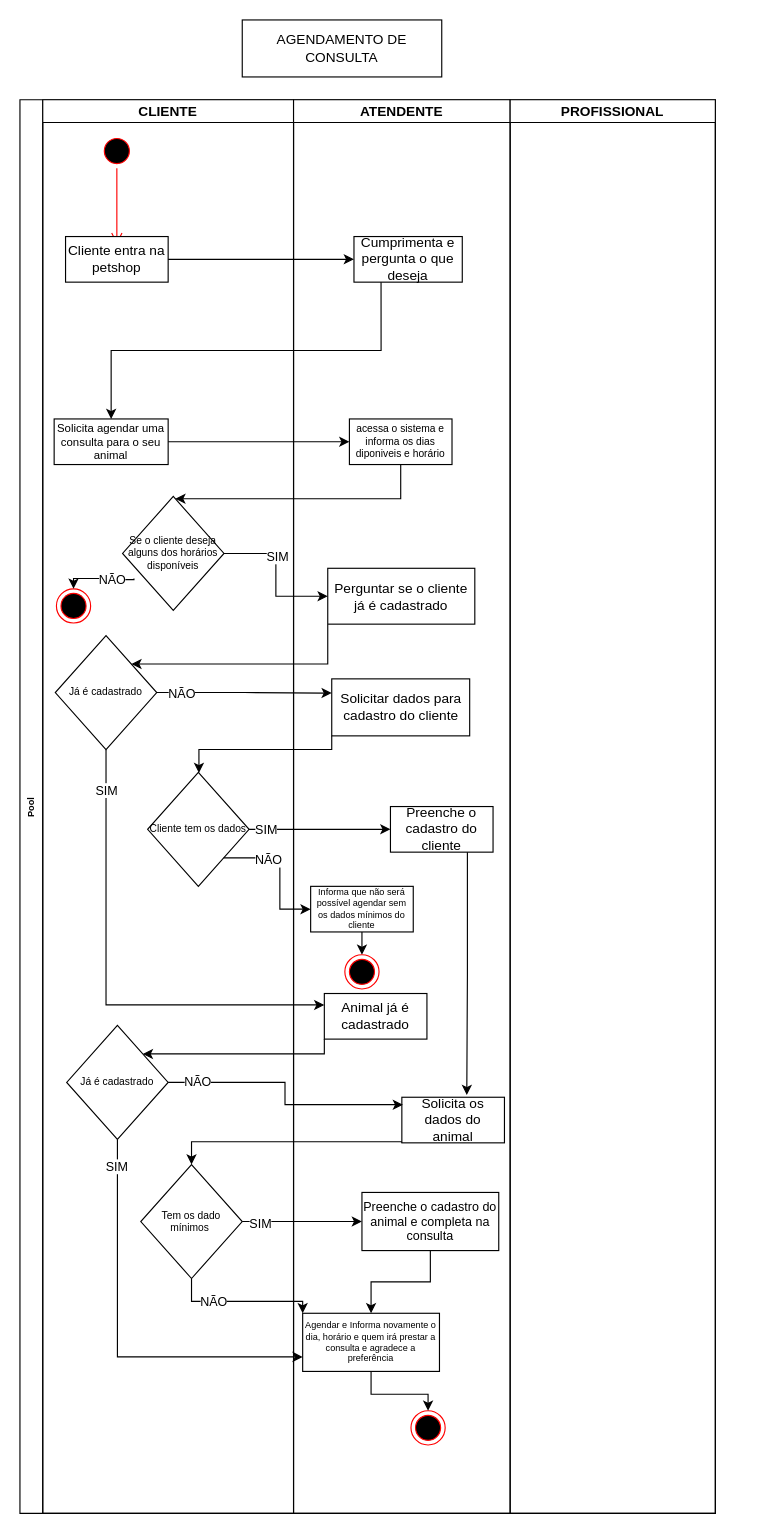
Before: Diagrama caso de usu.drawio in DimasMota/Teste, a draw.io diagram. Source tidied: cells renumbered, new cells numbered last; positions are measured from the earlier drawing's top-left corner, leaving out a move shared by most shapes. Both pictures are drawn from the tidied source at 114%, with x=0, y=0 at pixel (19, 19).
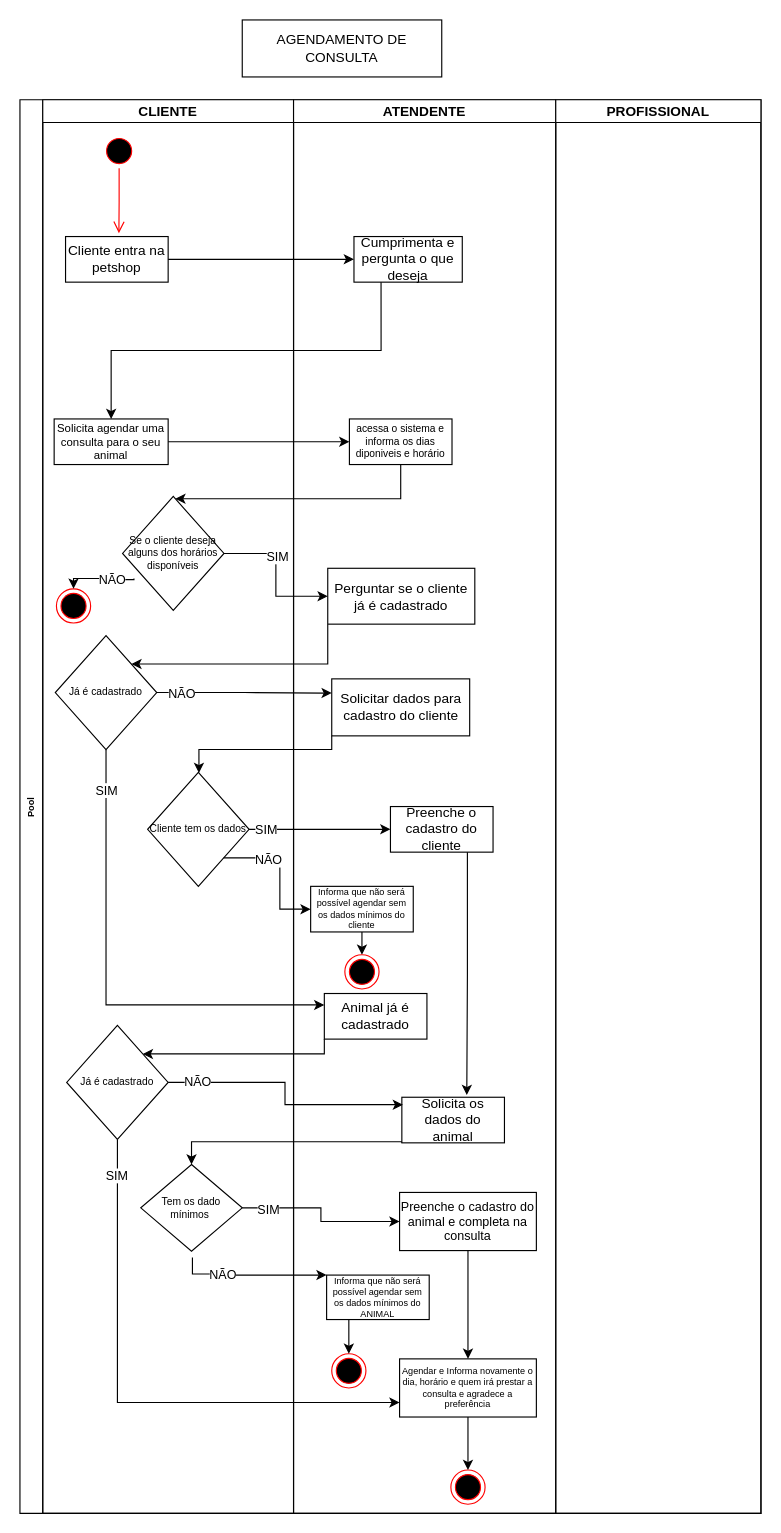
The same page after the edit.

The change refers to these unchanged cells:
```xml
<mxCell id="3" value="CLIENTE" style="swimlane;startSize=20;" parent="2" vertex="1">
  <mxGeometry x="20" width="220" height="1240" as="geometry" />
</mxCell>
<mxCell id="9" value="Cliente entra na petshop" style="html=1;whiteSpace=wrap;" parent="3" vertex="1">
  <mxGeometry x="20" y="120" width="90" height="40" as="geometry" />
</mxCell>
```

Change to the diagram source:
```diff
@@
     <mxCell id="2" value="Pool" style="swimlane;startSize=20;horizontal=0;fontSize=8;" parent="1" vertex="1">
-      <mxGeometry y="70" width="610" height="1240" as="geometry" />
+      <mxGeometry y="70" width="650" height="1240" as="geometry" />
     </mxCell>
@@
     <mxCell id="4" style="ellipse;html=1;shape=startState;fillColor=#000000;strokeColor=#ff0000;" parent="3" vertex="1">
-      <mxGeometry x="50" y="30" width="30" height="30" as="geometry" />
+      <mxGeometry x="52" y="30" width="30" height="30" as="geometry" />
     </mxCell>
-    <mxCell id="5" style="edgeStyle=orthogonalEdgeStyle;html=1;verticalAlign=bottom;endArrow=open;endSize=8;strokeColor=#ff0000;rounded=0;entryX=0.5;entryY=0.175;entryDx=0;entryDy=0;entryPerimeter=0;" parent="3" edge="1" source="4" target="9">
+    <mxCell id="5" style="edgeStyle=orthogonalEdgeStyle;html=1;verticalAlign=bottom;endArrow=open;endSize=8;strokeColor=#ff0000;rounded=0;entryX=0.52;entryY=-0.075;entryDx=0;entryDy=0;entryPerimeter=0;" parent="3" edge="1" source="4" target="9">
       <mxGeometry relative="1" as="geometry" />
     </mxCell>
@@
     <mxCell id="11" value="ATENDENTE" style="swimlane;startSize=20;" parent="2" vertex="1">
-      <mxGeometry x="240" width="190" height="1240" as="geometry" />
+      <mxGeometry x="240" width="230" height="1240" as="geometry" />
     </mxCell>
@@
     <mxCell id="20" value="Tem os dado mínimos&amp;nbsp;" style="rhombus;whiteSpace=wrap;html=1;fontSize=9;" parent="11" vertex="1">
-      <mxGeometry x="-134" y="934" width="89" height="100" as="geometry" />
+      <mxGeometry x="-134" y="934" width="89" height="76" as="geometry" />
     </mxCell>
     <mxCell id="21" value="Preenche o cadastro do animal e completa na consulta" style="html=1;whiteSpace=wrap;fontSize=11;" parent="11" vertex="1">
-      <mxGeometry x="60" y="958.5" width="120" height="51" as="geometry" />
+      <mxGeometry x="93" y="958.5" width="120" height="51" as="geometry" />
     </mxCell>
     <mxCell id="22" style="ellipse;html=1;shape=endState;fillColor=#000000;strokeColor=#ff0000;" parent="11" vertex="1">
-      <mxGeometry x="103" y="1150" width="30" height="30" as="geometry" />
+      <mxGeometry x="138" y="1202" width="30" height="30" as="geometry" />
     </mxCell>
@@
+    <mxCell id="61" style="ellipse;html=1;shape=endState;fillColor=#000000;strokeColor=#ff0000;" parent="11" vertex="1">
+      <mxGeometry x="33.5" y="1100" width="30" height="30" as="geometry" />
+    </mxCell>
     <mxCell id="24" value="PROFISSIONAL" style="swimlane;startSize=20;" parent="2" vertex="1">
-      <mxGeometry x="430" width="180" height="1240" as="geometry" />
+      <mxGeometry x="470" width="180" height="1240" as="geometry" />
     </mxCell>
@@
     <mxCell id="45" value="Agendar e Informa novamente o dia, horário e quem irá prestar a consulta e agradece a preferência" style="html=1;whiteSpace=wrap;fontSize=8;" parent="1" vertex="1">
-      <mxGeometry x="248" y="1134.5" width="120" height="51" as="geometry" />
+      <mxGeometry x="333" y="1174.5" width="120" height="51" as="geometry" />
     </mxCell>
@@
-    <mxCell id="47" style="edgeStyle=orthogonalEdgeStyle;rounded=0;jettySize=auto;html=1;exitX=0.5;exitY=1;exitDx=0;exitDy=0;entryX=0;entryY=0;entryDx=0;entryDy=0;" parent="1" edge="1" source="20" target="45">
-      <mxGeometry relative="1" as="geometry">
-        <Array as="points">
-          <mxPoint x="151" y="1124" />
-          <mxPoint x="248" y="1124" />
-        </Array>
-      </mxGeometry>
-    </mxCell>
-    <mxCell id="48" value="NÃO" style="edgeLabel;html=1;align=center;verticalAlign=middle;" parent="47" vertex="1">
-      <mxGeometry x="-0.39" relative="1" as="geometry" />
-    </mxCell>
@@
+    <mxCell id="62" style="edgeStyle=orthogonalEdgeStyle;rounded=0;jettySize=auto;html=1;entryX=0.5;entryY=0;entryDx=0;entryDy=0;exitX=0.25;exitY=1;exitDx=0;exitDy=0;" parent="1" edge="1" source="63" target="61">
+      <mxGeometry relative="1" as="geometry" />
+    </mxCell>
+    <mxCell id="63" value="Informa que não será possível agendar sem os dados mínimos do ANIMAL" style="html=1;whiteSpace=wrap;fontSize=8;" parent="1" vertex="1">
+      <mxGeometry x="269" y="1101" width="90" height="39" as="geometry" />
+    </mxCell>
+    <mxCell id="47" style="edgeStyle=orthogonalEdgeStyle;rounded=0;jettySize=auto;html=1;exitX=0.509;exitY=1.074;exitDx=0;exitDy=0;entryX=0;entryY=0;entryDx=0;entryDy=0;exitPerimeter=0;" parent="1" edge="1" source="20" target="63">
+      <mxGeometry relative="1" as="geometry">
+        <Array as="points">
+          <mxPoint x="151" y="1100" />
+          <mxPoint x="185" y="1100" />
+          <mxPoint x="185" y="1101" />
+        </Array>
+      </mxGeometry>
+    </mxCell>
+    <mxCell id="48" value="NÃO" style="edgeLabel;html=1;align=center;verticalAlign=middle;" parent="47" vertex="1">
+      <mxGeometry x="-0.39" relative="1" as="geometry" />
+    </mxCell>
```
